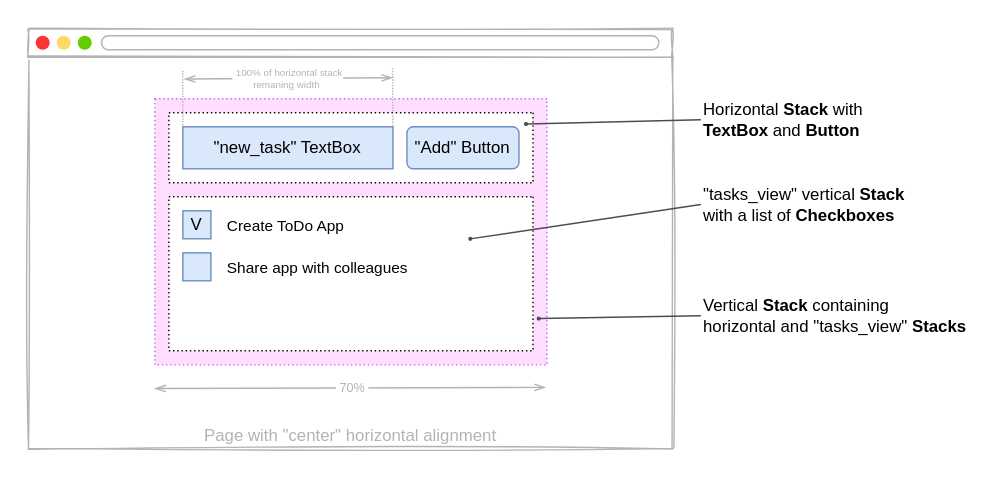
Before: static/img/docs/tutorial/todo-diagram-1.svg, a diagram exported from draw.io (yeshua453/website). Source tidied: cells renumbered, new cells last; positions are measured from the earlier drawing's top-left corner, leaving out a move shared by most shapes. The source it was exported from:
```xml
<mxGraphModel>
  <root>
    <mxCell id="0" />
    <mxCell id="1" parent="0" />
    <mxCell id="2" style="rounded=0;whiteSpace=wrap;html=1;labelBackgroundColor=#ffffff;sketch=1;fontSize=7;fontColor=#B3B3B3;align=right;fillColor=none;strokeColor=none;" parent="1" vertex="1">
      <mxGeometry width="700" height="340" as="geometry" />
    </mxCell>
    <mxCell id="3" value="Page with &quot;center&quot; horizontal alignment" style="rounded=0;whiteSpace=wrap;html=1;sketch=1;verticalAlign=bottom;strokeColor=#B3B3B3;fontColor=#B3B3B3;" parent="1" vertex="1">
      <mxGeometry x="20" y="40" width="460" height="280" as="geometry" />
    </mxCell>
    <mxCell id="4" style="rounded=0;whiteSpace=wrap;html=1;dashed=1;dashPattern=1 2;fillColor=#FFDDFF;strokeColor=#B266FF;" parent="1" vertex="1">
      <mxGeometry x="110.1" y="70" width="280" height="190" as="geometry" />
    </mxCell>
    <mxCell id="5" style="rounded=0;whiteSpace=wrap;html=1;direction=south;dashed=1;dashPattern=1 2;" parent="1" vertex="1">
      <mxGeometry x="120.1" y="80" width="260" height="50" as="geometry" />
    </mxCell>
    <mxCell id="6" value="&quot;new_task&quot; TextBox" style="rounded=0;whiteSpace=wrap;html=1;fillColor=#dae8fc;sketch=0;strokeColor=#6c8ebf;" parent="1" vertex="1">
      <mxGeometry x="130.1" y="90" width="150" height="30" as="geometry" />
    </mxCell>
    <mxCell id="7" value="&quot;Add&quot; Button" style="rounded=1;whiteSpace=wrap;html=1;fillColor=#dae8fc;sketch=0;strokeColor=#6c8ebf;" parent="1" vertex="1">
      <mxGeometry x="290.1" y="90" width="80" height="30" as="geometry" />
    </mxCell>
    <mxCell id="8" style="rounded=0;whiteSpace=wrap;html=1;direction=south;dashed=1;dashPattern=1 2;" parent="1" vertex="1">
      <mxGeometry x="120.1" y="140" width="260" height="110" as="geometry" />
    </mxCell>
    <mxCell id="9" value="Horizontal &lt;b style=&quot;font-size: 12px;&quot;&gt;Stack &lt;/b&gt;with &lt;b style=&quot;font-size: 12px;&quot;&gt;TextBox &lt;/b&gt;and &lt;b style=&quot;font-size: 12px;&quot;&gt;Button&lt;/b&gt;" style="text;html=1;strokeColor=none;fillColor=none;align=left;verticalAlign=middle;whiteSpace=wrap;rounded=0;dashed=1;dashPattern=1 2;sketch=0;fontSize=12;" parent="1" vertex="1">
      <mxGeometry x="500" y="70" width="150" height="30" as="geometry" />
    </mxCell>
    <mxCell id="10" style="endArrow=oval;html=1;endFill=1;strokeWidth=1;jumpSize=5;endSize=2;startSize=2;strokeColor=#4D4D4D;entryX=0.16;entryY=0.019;entryDx=0;entryDy=0;entryPerimeter=0;exitX=0;exitY=0.5;exitDx=0;exitDy=0;" parent="1" edge="1" source="9" target="5">
      <mxGeometry relative="1" as="geometry" />
    </mxCell>
    <mxCell id="11" value="V" style="rounded=0;whiteSpace=wrap;html=1;fillColor=#dae8fc;sketch=0;strokeColor=#6c8ebf;" parent="1" vertex="1">
      <mxGeometry x="130.1" y="150" width="20" height="20" as="geometry" />
    </mxCell>
    <mxCell id="12" value="Create ToDo App" style="text;html=1;strokeColor=none;fillColor=none;align=left;verticalAlign=middle;whiteSpace=wrap;rounded=0;dashed=1;dashPattern=1 2;sketch=0;fontSize=11;" parent="1" vertex="1">
      <mxGeometry x="160.1" y="151" width="100" height="19" as="geometry" />
    </mxCell>
    <mxCell id="13" style="rounded=0;whiteSpace=wrap;html=1;fillColor=#dae8fc;sketch=0;strokeColor=#6c8ebf;" parent="1" vertex="1">
      <mxGeometry x="130.1" y="180" width="20" height="20" as="geometry" />
    </mxCell>
    <mxCell id="14" value="Share app with colleagues" style="text;html=1;strokeColor=none;fillColor=none;align=left;verticalAlign=middle;whiteSpace=wrap;rounded=0;dashed=1;dashPattern=1 2;sketch=0;fontSize=11;" parent="1" vertex="1">
      <mxGeometry x="160.1" y="181" width="160" height="19" as="geometry" />
    </mxCell>
    <mxCell id="15" value="&quot;tasks_view&quot; vertical &lt;b style=&quot;font-size: 12px;&quot;&gt;Stack &lt;/b&gt;with a list of&amp;nbsp;&lt;b style=&quot;font-size: 12px;&quot;&gt;Checkboxes&lt;/b&gt;" style="text;html=1;strokeColor=none;fillColor=none;align=left;verticalAlign=middle;whiteSpace=wrap;rounded=0;dashed=1;dashPattern=1 2;sketch=0;fontSize=12;" parent="1" vertex="1">
      <mxGeometry x="500" y="130" width="150" height="31" as="geometry" />
    </mxCell>
    <mxCell id="16" style="endArrow=oval;html=1;endFill=1;strokeWidth=1;jumpSize=5;endSize=2;startSize=2;strokeColor=#4D4D4D;entryX=0.273;entryY=0.172;entryDx=0;entryDy=0;entryPerimeter=0;exitX=0;exitY=0.5;exitDx=0;exitDy=0;" parent="1" edge="1" source="15" target="8">
      <mxGeometry relative="1" as="geometry" />
    </mxCell>
    <mxCell id="17" style="rounded=0;whiteSpace=wrap;html=1;verticalAlign=top;sketch=1;fontFamily=Comic Sans MS;fontColor=#808080;labelBackgroundColor=#ffffff;strokeColor=#B3B3B3;fillColor=#FFFFFF;" parent="1" vertex="1">
      <mxGeometry x="20" y="20" width="460" height="20" as="geometry" />
    </mxCell>
    <mxCell id="18" style="ellipse;whiteSpace=wrap;html=1;sketch=0;fontFamily=Comic Sans MS;fontSize=14;fontColor=#808080;align=left;fillColor=#FF3333;strokeColor=none;" parent="1" vertex="1">
      <mxGeometry x="25" y="25" width="10" height="10" as="geometry" />
    </mxCell>
    <mxCell id="19" style="ellipse;whiteSpace=wrap;html=1;sketch=0;fontFamily=Comic Sans MS;fontSize=14;fontColor=#808080;align=left;strokeColor=none;fillColor=#66CC00;" parent="1" vertex="1">
      <mxGeometry x="55" y="25" width="10" height="10" as="geometry" />
    </mxCell>
    <mxCell id="20" style="ellipse;whiteSpace=wrap;html=1;sketch=0;fontFamily=Comic Sans MS;fontSize=14;fontColor=#808080;align=left;strokeColor=none;fillColor=#FFD966;" parent="1" vertex="1">
      <mxGeometry x="40" y="25" width="10" height="10" as="geometry" />
    </mxCell>
    <mxCell id="21" style="rounded=1;whiteSpace=wrap;html=1;sketch=0;fontFamily=Comic Sans MS;fontSize=14;fontColor=#808080;align=left;fillColor=#FFFFFF;arcSize=50;strokeColor=#B3B3B3;" parent="1" vertex="1">
      <mxGeometry x="72" y="25" width="398" height="10" as="geometry" />
    </mxCell>
    <mxCell id="22" style="endArrow=openThin;startArrow=openThin;html=1;strokeColor=#B3B3B3;fontSize=11;fontColor=#B3B3B3;entryX=0.8;entryY=0.754;entryDx=0;entryDy=0;entryPerimeter=0;exitX=0.193;exitY=0.757;exitDx=0;exitDy=0;exitPerimeter=0;startFill=0;endFill=0;" parent="1" edge="1">
      <mxGeometry relative="1" as="geometry">
        <mxPoint x="109.9" y="277" as="sourcePoint" />
        <mxPoint x="389.1" y="276.1" as="targetPoint" />
      </mxGeometry>
    </mxCell>
    <mxCell id="23" value="&amp;nbsp;70%&amp;nbsp;" style="edgeLabel;html=1;align=center;verticalAlign=middle;fontSize=9;fontColor=#B3B3B3;" parent="22" vertex="1">
      <mxGeometry x="0.36" relative="1" as="geometry">
        <mxPoint x="-50.1" as="offset" />
      </mxGeometry>
    </mxCell>
    <mxCell id="24" value="Vertical &lt;b style=&quot;font-size: 12px;&quot;&gt;Stack &lt;/b&gt;containing horizontal and &quot;tasks_view&quot; &lt;b style=&quot;font-size: 12px;&quot;&gt;Stacks&lt;/b&gt;" style="text;html=1;strokeColor=none;fillColor=none;align=left;verticalAlign=middle;whiteSpace=wrap;rounded=0;dashed=1;dashPattern=1 2;sketch=0;fontSize=12;" parent="1" vertex="1">
      <mxGeometry x="500" y="210" width="190" height="30" as="geometry" />
    </mxCell>
    <mxCell id="25" style="endArrow=oval;html=1;endFill=1;strokeWidth=1;jumpSize=5;endSize=2;startSize=2;strokeColor=#4D4D4D;entryX=0.979;entryY=0.826;entryDx=0;entryDy=0;entryPerimeter=0;exitX=0;exitY=0.5;exitDx=0;exitDy=0;" parent="1" edge="1" source="24" target="4">
      <mxGeometry relative="1" as="geometry" />
    </mxCell>
    <mxCell id="26" style="endArrow=openThin;startArrow=openThin;html=1;strokeColor=#B3B3B3;fontSize=11;fontColor=#B3B3B3;exitX=0.193;exitY=0.757;exitDx=0;exitDy=0;exitPerimeter=0;startFill=0;endFill=0;" parent="1" edge="1">
      <mxGeometry relative="1" as="geometry">
        <mxPoint x="131" y="55.8" as="sourcePoint" />
        <mxPoint x="280" y="55" as="targetPoint" />
      </mxGeometry>
    </mxCell>
    <mxCell id="27" value="&amp;nbsp;100% of horizontal stack&lt;br style=&quot;font-size: 7px;&quot;&gt;remaning width&amp;nbsp;" style="edgeLabel;html=1;align=center;verticalAlign=middle;fontSize=7;fontColor=#B3B3B3;" parent="26" vertex="1">
      <mxGeometry x="0.36" relative="1" as="geometry">
        <mxPoint x="-27.6" as="offset" />
      </mxGeometry>
    </mxCell>
    <mxCell id="28" style="endArrow=none;dashed=1;html=1;dashPattern=1 1;strokeWidth=1;fontSize=9;fontColor=#B3B3B3;entryX=0;entryY=0;entryDx=0;entryDy=0;strokeColor=#B3B3B3;" parent="1" edge="1" target="6">
      <mxGeometry relative="1" as="geometry">
        <mxPoint x="130" y="50" as="sourcePoint" />
      </mxGeometry>
    </mxCell>
    <mxCell id="29" style="endArrow=none;dashed=1;html=1;dashPattern=1 1;strokeWidth=1;fontSize=9;fontColor=#B3B3B3;entryX=1;entryY=0;entryDx=0;entryDy=0;strokeColor=#B3B3B3;exitX=0.565;exitY=0.029;exitDx=0;exitDy=0;exitPerimeter=0;" parent="1" edge="1" source="3" target="6">
      <mxGeometry relative="1" as="geometry" />
    </mxCell>
  </root>
</mxGraphModel>
```
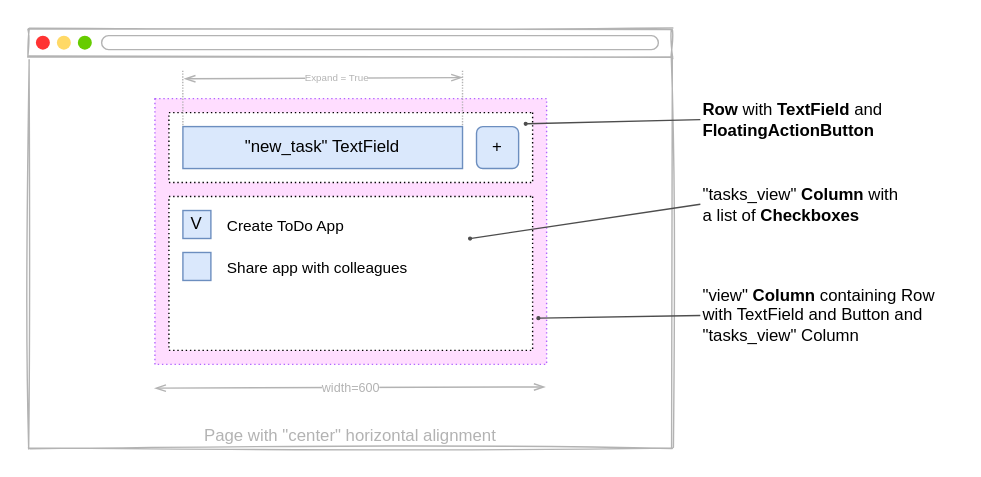
The same diagram one commit later.

What changed in the source:
```diff
@@ -14,16 +14,16 @@
     <mxCell id="5" style="rounded=0;whiteSpace=wrap;html=1;direction=south;dashed=1;dashPattern=1 2;" parent="1" vertex="1">
       <mxGeometry x="120.1" y="80" width="260" height="50" as="geometry" />
     </mxCell>
-    <mxCell id="6" value="&quot;new_task&quot; TextBox" style="rounded=0;whiteSpace=wrap;html=1;fillColor=#dae8fc;sketch=0;strokeColor=#6c8ebf;" parent="1" vertex="1">
-      <mxGeometry x="130.1" y="90" width="150" height="30" as="geometry" />
+    <mxCell id="6" value="&quot;new_task&quot; TextField" style="rounded=0;whiteSpace=wrap;html=1;fillColor=#dae8fc;sketch=0;strokeColor=#6c8ebf;" parent="1" vertex="1">
+      <mxGeometry x="130.1" y="90" width="199.9" height="30" as="geometry" />
     </mxCell>
-    <mxCell id="7" value="&quot;Add&quot; Button" style="rounded=1;whiteSpace=wrap;html=1;fillColor=#dae8fc;sketch=0;strokeColor=#6c8ebf;" parent="1" vertex="1">
-      <mxGeometry x="290.1" y="90" width="80" height="30" as="geometry" />
+    <mxCell id="7" value="&amp;nbsp;+&amp;nbsp;" style="rounded=1;whiteSpace=wrap;html=1;fillColor=#dae8fc;sketch=0;strokeColor=#6c8ebf;" parent="1" vertex="1">
+      <mxGeometry x="340" y="90" width="30.1" height="30" as="geometry" />
     </mxCell>
     <mxCell id="8" style="rounded=0;whiteSpace=wrap;html=1;direction=south;dashed=1;dashPattern=1 2;" parent="1" vertex="1">
       <mxGeometry x="120.1" y="140" width="260" height="110" as="geometry" />
     </mxCell>
-    <mxCell id="9" value="Horizontal &lt;b style=&quot;font-size: 12px;&quot;&gt;Stack &lt;/b&gt;with &lt;b style=&quot;font-size: 12px;&quot;&gt;TextBox &lt;/b&gt;and &lt;b style=&quot;font-size: 12px;&quot;&gt;Button&lt;/b&gt;" style="text;html=1;strokeColor=none;fillColor=none;align=left;verticalAlign=middle;whiteSpace=wrap;rounded=0;dashed=1;dashPattern=1 2;sketch=0;fontSize=12;" parent="1" vertex="1">
+    <mxCell id="9" value="&lt;b style=&quot;font-size: 12px;&quot;&gt;Row&amp;nbsp;&lt;/b&gt;with &lt;b style=&quot;font-size: 12px;&quot;&gt;TextField&amp;nbsp;&lt;/b&gt;and &lt;b&gt;FloatingAction&lt;/b&gt;&lt;b style=&quot;font-size: 12px;&quot;&gt;Button&lt;/b&gt;" style="text;html=1;strokeColor=none;fillColor=none;align=left;verticalAlign=middle;whiteSpace=wrap;rounded=0;dashed=1;dashPattern=1 2;sketch=0;fontSize=12;" parent="1" vertex="1">
       <mxGeometry x="500" y="70" width="150" height="30" as="geometry" />
     </mxCell>
     <mxCell id="10" style="endArrow=oval;html=1;endFill=1;strokeWidth=1;jumpSize=5;endSize=2;startSize=2;strokeColor=#4D4D4D;entryX=0.16;entryY=0.019;entryDx=0;entryDy=0;entryPerimeter=0;exitX=0;exitY=0.5;exitDx=0;exitDy=0;" parent="1" edge="1" source="9" target="5">
@@ -41,7 +41,7 @@
     <mxCell id="14" value="Share app with colleagues" style="text;html=1;strokeColor=none;fillColor=none;align=left;verticalAlign=middle;whiteSpace=wrap;rounded=0;dashed=1;dashPattern=1 2;sketch=0;fontSize=11;" parent="1" vertex="1">
       <mxGeometry x="160.1" y="181" width="160" height="19" as="geometry" />
     </mxCell>
-    <mxCell id="15" value="&quot;tasks_view&quot; vertical &lt;b style=&quot;font-size: 12px;&quot;&gt;Stack &lt;/b&gt;with a list of&amp;nbsp;&lt;b style=&quot;font-size: 12px;&quot;&gt;Checkboxes&lt;/b&gt;" style="text;html=1;strokeColor=none;fillColor=none;align=left;verticalAlign=middle;whiteSpace=wrap;rounded=0;dashed=1;dashPattern=1 2;sketch=0;fontSize=12;" parent="1" vertex="1">
+    <mxCell id="15" value="&quot;tasks_view&quot; &lt;b&gt;Column&lt;span style=&quot;font-size: 12px;&quot;&gt;&amp;nbsp;&lt;/span&gt;&lt;/b&gt;with a list of&amp;nbsp;&lt;b style=&quot;font-size: 12px;&quot;&gt;Checkboxes&lt;/b&gt;" style="text;html=1;strokeColor=none;fillColor=none;align=left;verticalAlign=middle;whiteSpace=wrap;rounded=0;dashed=1;dashPattern=1 2;sketch=0;fontSize=12;" parent="1" vertex="1">
       <mxGeometry x="500" y="130" width="150" height="31" as="geometry" />
     </mxCell>
     <mxCell id="16" style="endArrow=oval;html=1;endFill=1;strokeWidth=1;jumpSize=5;endSize=2;startSize=2;strokeColor=#4D4D4D;entryX=0.273;entryY=0.172;entryDx=0;entryDy=0;entryPerimeter=0;exitX=0;exitY=0.5;exitDx=0;exitDy=0;" parent="1" edge="1" source="15" target="8">
@@ -68,12 +68,12 @@
         <mxPoint x="389.1" y="276.1" as="targetPoint" />
       </mxGeometry>
     </mxCell>
-    <mxCell id="23" value="&amp;nbsp;70%&amp;nbsp;" style="edgeLabel;html=1;align=center;verticalAlign=middle;fontSize=9;fontColor=#B3B3B3;" parent="22" vertex="1">
+    <mxCell id="23" value="width=600" style="edgeLabel;html=1;align=center;verticalAlign=middle;fontSize=9;fontColor=#B3B3B3;" parent="22" vertex="1">
       <mxGeometry x="0.36" relative="1" as="geometry">
         <mxPoint x="-50.1" as="offset" />
       </mxGeometry>
     </mxCell>
-    <mxCell id="24" value="Vertical &lt;b style=&quot;font-size: 12px;&quot;&gt;Stack &lt;/b&gt;containing horizontal and &quot;tasks_view&quot; &lt;b style=&quot;font-size: 12px;&quot;&gt;Stacks&lt;/b&gt;" style="text;html=1;strokeColor=none;fillColor=none;align=left;verticalAlign=middle;whiteSpace=wrap;rounded=0;dashed=1;dashPattern=1 2;sketch=0;fontSize=12;" parent="1" vertex="1">
+    <mxCell id="24" value="&lt;span style=&quot;font-size: 12px;&quot;&gt;&quot;view&quot;&lt;b&gt; Column&lt;/b&gt;&lt;/span&gt;&lt;b style=&quot;font-size: 12px;&quot;&gt;&amp;nbsp;&lt;/b&gt;containing Row with TextField and Button and &quot;tasks_view&quot; Column" style="text;html=1;strokeColor=none;fillColor=none;align=left;verticalAlign=middle;whiteSpace=wrap;rounded=0;dashed=1;dashPattern=1 2;sketch=0;fontSize=12;" parent="1" vertex="1">
       <mxGeometry x="500" y="210" width="190" height="30" as="geometry" />
     </mxCell>
     <mxCell id="25" style="endArrow=oval;html=1;endFill=1;strokeWidth=1;jumpSize=5;endSize=2;startSize=2;strokeColor=#4D4D4D;entryX=0.979;entryY=0.826;entryDx=0;entryDy=0;entryPerimeter=0;exitX=0;exitY=0.5;exitDx=0;exitDy=0;" parent="1" edge="1" source="24" target="4">
@@ -82,10 +82,10 @@
     <mxCell id="26" style="endArrow=openThin;startArrow=openThin;html=1;strokeColor=#B3B3B3;fontSize=11;fontColor=#B3B3B3;exitX=0.193;exitY=0.757;exitDx=0;exitDy=0;exitPerimeter=0;startFill=0;endFill=0;" parent="1" edge="1">
       <mxGeometry relative="1" as="geometry">
         <mxPoint x="131" y="55.8" as="sourcePoint" />
-        <mxPoint x="280" y="55" as="targetPoint" />
+        <mxPoint x="330" y="55" as="targetPoint" />
       </mxGeometry>
     </mxCell>
-    <mxCell id="27" value="&amp;nbsp;100% of horizontal stack&lt;br style=&quot;font-size: 7px;&quot;&gt;remaning width&amp;nbsp;" style="edgeLabel;html=1;align=center;verticalAlign=middle;fontSize=7;fontColor=#B3B3B3;" parent="26" vertex="1">
+    <mxCell id="27" value="Expand = True" style="edgeLabel;html=1;align=center;verticalAlign=middle;fontSize=7;fontColor=#B3B3B3;" parent="26" vertex="1">
       <mxGeometry x="0.36" relative="1" as="geometry">
         <mxPoint x="-27.6" as="offset" />
       </mxGeometry>
@@ -95,8 +95,10 @@
         <mxPoint x="130" y="50" as="sourcePoint" />
       </mxGeometry>
     </mxCell>
-    <mxCell id="29" style="endArrow=none;dashed=1;html=1;dashPattern=1 1;strokeWidth=1;fontSize=9;fontColor=#B3B3B3;entryX=1;entryY=0;entryDx=0;entryDy=0;strokeColor=#B3B3B3;exitX=0.565;exitY=0.029;exitDx=0;exitDy=0;exitPerimeter=0;" parent="1" edge="1" source="3" target="6">
-      <mxGeometry relative="1" as="geometry" />
+    <mxCell id="29" style="endArrow=none;dashed=1;html=1;dashPattern=1 1;strokeWidth=1;fontSize=9;fontColor=#B3B3B3;entryX=1;entryY=0;entryDx=0;entryDy=0;strokeColor=#B3B3B3;" parent="1" edge="1" target="6">
+      <mxGeometry relative="1" as="geometry">
+        <mxPoint x="330" y="50" as="sourcePoint" />
+      </mxGeometry>
     </mxCell>
   </root>
 </mxGraphModel>
```
